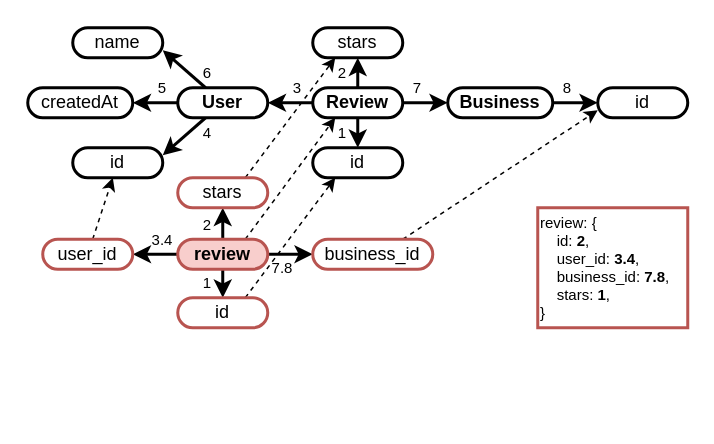
The draw.io diagram page "mapping" (4 of 12) of img/src/commentary.drawio in tuaki/phd-thesis, before the edit. Source tidied: cells renumbered, new cells numbered last; positions are measured from the earlier drawing's top-left corner, leaving out a move shared by most shapes. Both pictures are drawn from the tidied source at 150%, with x=0, y=0 at pixel (27, 27).
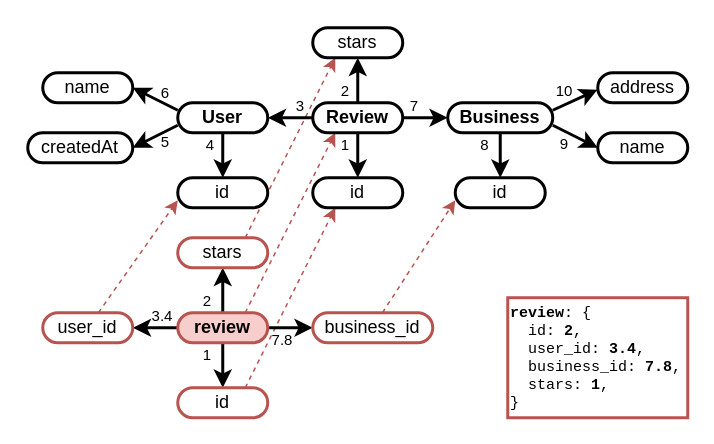
After the change.

The edit, as a diff of the source:
```diff
@@
-    <mxCell id="2" style="rounded=0;jettySize=auto;html=1;dashed=1;strokeWidth=1;entryX=0.25;entryY=1;entryDx=0;entryDy=0;exitX=0.75;exitY=0;exitDx=0;exitDy=0;" parent="1" edge="1" source="34" target="13">
+    <mxCell id="2" style="rounded=0;jettySize=auto;html=1;dashed=1;strokeWidth=1;entryX=0.25;entryY=1;entryDx=0;entryDy=0;exitX=0.75;exitY=0;exitDx=0;exitDy=0;fillColor=#f8cecc;strokeColor=#b85450;" parent="1" edge="1" source="34" target="13">
       <mxGeometry relative="1" as="geometry" />
     </mxCell>
-    <mxCell id="3" style="rounded=0;jettySize=auto;html=1;dashed=1;strokeWidth=1;exitX=0.75;exitY=0;exitDx=0;exitDy=0;entryX=0.25;entryY=1;entryDx=0;entryDy=0;" parent="1" edge="1" source="40" target="20">
+    <mxCell id="3" style="rounded=0;jettySize=auto;html=1;dashed=1;strokeWidth=1;exitX=0.75;exitY=0;exitDx=0;exitDy=0;entryX=0.25;entryY=1;entryDx=0;entryDy=0;fillColor=#f8cecc;strokeColor=#b85450;" parent="1" edge="1" source="40" target="54">
       <mxGeometry relative="1" as="geometry" />
     </mxCell>
-    <mxCell id="4" style="rounded=0;jettySize=auto;html=1;dashed=1;strokeWidth=1;entryX=0.25;entryY=1;entryDx=0;entryDy=0;exitX=0.75;exitY=0;exitDx=0;exitDy=0;" parent="1" edge="1" source="35" target="16">
-      <mxGeometry relative="1" as="geometry" />
-    </mxCell>
-    <mxCell id="5" style="rounded=0;jettySize=auto;html=1;strokeWidth=2;entryX=1;entryY=0.75;entryDx=0;entryDy=0;" parent="1" edge="1" source="8" target="18">
-      <mxGeometry relative="1" as="geometry" />
-    </mxCell>
-    <mxCell id="6" style="rounded=0;jettySize=auto;html=1;strokeWidth=2;" parent="1" edge="1" source="8" target="21">
-      <mxGeometry relative="1" as="geometry" />
-    </mxCell>
-    <mxCell id="7" style="rounded=0;jettySize=auto;html=1;strokeWidth=2;entryX=1;entryY=0.25;entryDx=0;entryDy=0;" parent="1" edge="1" source="8" target="19">
-      <mxGeometry relative="1" as="geometry" />
-    </mxCell>
-    <mxCell id="8" value="User" style="rounded=1;whiteSpace=wrap;html=1;strokeWidth=2;arcSize=50;fontSize=12;fontStyle=1;" parent="1" vertex="1">
-      <mxGeometry x="100" y="40" width="60" height="20" as="geometry" />
-    </mxCell>
-    <mxCell id="9" style="rounded=0;jettySize=auto;html=1;strokeWidth=2;" parent="1" edge="1" source="13" target="8">
-      <mxGeometry relative="1" as="geometry" />
-    </mxCell>
-    <mxCell id="10" style="rounded=0;jettySize=auto;html=1;strokeWidth=2;" parent="1" edge="1" source="13" target="15">
-      <mxGeometry relative="1" as="geometry" />
-    </mxCell>
-    <mxCell id="11" style="rounded=0;jettySize=auto;html=1;strokeWidth=2;" parent="1" edge="1" source="13" target="16">
-      <mxGeometry relative="1" as="geometry" />
-    </mxCell>
-    <mxCell id="12" style="rounded=0;jettySize=auto;html=1;strokeWidth=2;" parent="1" edge="1" source="13" target="20">
-      <mxGeometry relative="1" as="geometry" />
-    </mxCell>
-    <mxCell id="13" value="Review" style="rounded=1;whiteSpace=wrap;html=1;strokeWidth=2;arcSize=50;fontSize=12;fontStyle=1;" parent="1" vertex="1">
-      <mxGeometry x="190" y="40" width="60" height="20" as="geometry" />
-    </mxCell>
-    <mxCell id="14" style="rounded=0;jettySize=auto;html=1;strokeWidth=2;" parent="1" edge="1" source="15" target="17">
-      <mxGeometry relative="1" as="geometry" />
-    </mxCell>
-    <mxCell id="15" value="Business" style="rounded=1;whiteSpace=wrap;html=1;strokeWidth=2;arcSize=50;fontSize=12;fontStyle=1;" parent="1" vertex="1">
-      <mxGeometry x="280" y="40" width="70" height="20" as="geometry" />
-    </mxCell>
-    <mxCell id="16" value="stars" style="rounded=1;whiteSpace=wrap;html=1;strokeWidth=2;arcSize=50;fontSize=12;" parent="1" vertex="1">
-      <mxGeometry x="190" width="60" height="20" as="geometry" />
-    </mxCell>
-    <mxCell id="17" value="id" style="rounded=1;whiteSpace=wrap;html=1;strokeWidth=2;arcSize=50;fontSize=12;" parent="1" vertex="1">
-      <mxGeometry x="380" y="40" width="60" height="20" as="geometry" />
-    </mxCell>
-    <mxCell id="18" value="name" style="rounded=1;whiteSpace=wrap;html=1;strokeWidth=2;arcSize=50;fontSize=12;" parent="1" vertex="1">
-      <mxGeometry x="30" width="60" height="20" as="geometry" />
-    </mxCell>
-    <mxCell id="19" value="id" style="rounded=1;whiteSpace=wrap;html=1;strokeWidth=2;arcSize=50;fontSize=12;" parent="1" vertex="1">
-      <mxGeometry x="30" y="80" width="60" height="20" as="geometry" />
-    </mxCell>
-    <mxCell id="20" value="id" style="rounded=1;whiteSpace=wrap;html=1;strokeWidth=2;arcSize=50;fontSize=12;" parent="1" vertex="1">
-      <mxGeometry x="190" y="80" width="60" height="20" as="geometry" />
-    </mxCell>
-    <mxCell id="21" value="createdAt" style="rounded=1;whiteSpace=wrap;html=1;strokeWidth=2;arcSize=50;fontSize=12;" parent="1" vertex="1">
-      <mxGeometry y="40" width="70" height="20" as="geometry" />
-    </mxCell>
-    <mxCell id="22" value="&lt;p style=&quot;line-height: 100%;&quot;&gt;&lt;font style=&quot;font-size: 10px;&quot;&gt;2&lt;/font&gt;&lt;/p&gt;" style="text;html=1;align=center;verticalAlign=middle;whiteSpace=wrap;rounded=0;" parent="1" vertex="1">
-      <mxGeometry x="200" y="20" width="20" height="20" as="geometry" />
-    </mxCell>
-    <mxCell id="23" value="&lt;p style=&quot;line-height: 100%;&quot;&gt;&lt;font style=&quot;font-size: 10px;&quot;&gt;1&lt;/font&gt;&lt;/p&gt;" style="text;html=1;align=center;verticalAlign=middle;whiteSpace=wrap;rounded=0;" parent="1" vertex="1">
-      <mxGeometry x="200" y="60" width="20" height="20" as="geometry" />
-    </mxCell>
-    <mxCell id="24" value="&lt;p style=&quot;line-height: 100%;&quot;&gt;&lt;font style=&quot;font-size: 10px;&quot;&gt;3&lt;/font&gt;&lt;/p&gt;" style="text;html=1;align=center;verticalAlign=middle;whiteSpace=wrap;rounded=0;" parent="1" vertex="1">
-      <mxGeometry x="170" y="30" width="20" height="20" as="geometry" />
-    </mxCell>
-    <mxCell id="25" value="&lt;p style=&quot;line-height: 100%;&quot;&gt;&lt;font style=&quot;font-size: 10px;&quot;&gt;6&lt;/font&gt;&lt;/p&gt;" style="text;html=1;align=center;verticalAlign=middle;whiteSpace=wrap;rounded=0;" parent="1" vertex="1">
-      <mxGeometry x="110" y="20" width="20" height="20" as="geometry" />
-    </mxCell>
-    <mxCell id="26" value="&lt;p style=&quot;line-height: 100%;&quot;&gt;&lt;font style=&quot;font-size: 10px;&quot;&gt;5&lt;/font&gt;&lt;/p&gt;" style="text;html=1;align=center;verticalAlign=middle;whiteSpace=wrap;rounded=0;" parent="1" vertex="1">
-      <mxGeometry x="80" y="30" width="20" height="20" as="geometry" />
-    </mxCell>
-    <mxCell id="27" value="&lt;p style=&quot;line-height: 100%;&quot;&gt;&lt;font style=&quot;font-size: 10px;&quot;&gt;4&lt;/font&gt;&lt;/p&gt;" style="text;html=1;align=center;verticalAlign=middle;whiteSpace=wrap;rounded=0;" parent="1" vertex="1">
-      <mxGeometry x="110" y="60" width="20" height="20" as="geometry" />
-    </mxCell>
-    <mxCell id="28" value="&lt;p style=&quot;line-height: 100%;&quot;&gt;&lt;font style=&quot;font-size: 10px;&quot;&gt;7&lt;/font&gt;&lt;/p&gt;" style="text;html=1;align=center;verticalAlign=middle;whiteSpace=wrap;rounded=0;" parent="1" vertex="1">
-      <mxGeometry x="250" y="30" width="20" height="20" as="geometry" />
-    </mxCell>
-    <mxCell id="29" value="&lt;p style=&quot;line-height: 100%;&quot;&gt;&lt;font style=&quot;font-size: 10px;&quot;&gt;8&lt;/font&gt;&lt;/p&gt;" style="text;html=1;align=center;verticalAlign=middle;whiteSpace=wrap;rounded=0;" parent="1" vertex="1">
-      <mxGeometry x="350" y="30" width="20" height="20" as="geometry" />
-    </mxCell>
@@
     <mxCell id="34" value="review" style="rounded=1;whiteSpace=wrap;html=1;strokeWidth=2;arcSize=50;fontSize=12;fontStyle=1;fillColor=#f8cecc;strokeColor=#b85450;" parent="1" vertex="1">
-      <mxGeometry x="100" y="141" width="60" height="20" as="geometry" />
+      <mxGeometry x="100" y="190" width="60" height="20" as="geometry" />
     </mxCell>
     <mxCell id="35" value="stars" style="rounded=1;whiteSpace=wrap;html=1;strokeWidth=2;arcSize=50;fontSize=12;fillColor=default;strokeColor=#b85450;" parent="1" vertex="1">
-      <mxGeometry x="100" y="100" width="60" height="20" as="geometry" />
+      <mxGeometry x="100" y="140" width="60" height="20" as="geometry" />
     </mxCell>
-    <mxCell id="36" style="rounded=0;jettySize=auto;html=1;dashed=1;strokeWidth=1;entryX=0;entryY=0.75;entryDx=0;entryDy=0;exitX=0.75;exitY=0;exitDx=0;exitDy=0;" parent="1" edge="1" source="37" target="17">
+    <mxCell id="36" style="rounded=0;jettySize=auto;html=1;dashed=1;strokeWidth=1;entryX=0;entryY=0.75;entryDx=0;entryDy=0;fillColor=#f8cecc;strokeColor=#b85450;" parent="1" edge="1" source="37" target="51">
       <mxGeometry relative="1" as="geometry" />
     </mxCell>
     <mxCell id="37" value="business_id" style="rounded=1;whiteSpace=wrap;html=1;strokeWidth=2;arcSize=50;fontSize=12;fillColor=none;strokeColor=#b85450;" parent="1" vertex="1">
-      <mxGeometry x="190" y="141" width="80" height="20" as="geometry" />
+      <mxGeometry x="190" y="190" width="80" height="20" as="geometry" />
     </mxCell>
-    <mxCell id="38" style="rounded=0;jettySize=auto;html=1;dashed=1;strokeWidth=1;" parent="1" edge="1" source="39" target="19">
+    <mxCell id="38" style="rounded=0;jettySize=auto;html=1;dashed=1;strokeWidth=1;entryX=0;entryY=0.75;entryDx=0;entryDy=0;fillColor=#f8cecc;strokeColor=#b85450;" parent="1" edge="1" source="39" target="53">
       <mxGeometry relative="1" as="geometry" />
     </mxCell>
     <mxCell id="39" value="user_id" style="rounded=1;whiteSpace=wrap;html=1;strokeWidth=2;arcSize=50;fontSize=12;fillColor=none;strokeColor=#b85450;" parent="1" vertex="1">
-      <mxGeometry x="10" y="141" width="60" height="20" as="geometry" />
+      <mxGeometry x="10" y="190" width="60" height="20" as="geometry" />
     </mxCell>
     <mxCell id="40" value="id" style="rounded=1;whiteSpace=wrap;html=1;strokeWidth=2;arcSize=50;fontSize=12;fillColor=none;strokeColor=#b85450;" parent="1" vertex="1">
-      <mxGeometry x="100" y="180" width="60" height="20" as="geometry" />
+      <mxGeometry x="100" y="240" width="60" height="20" as="geometry" />
     </mxCell>
     <mxCell id="41" value="&lt;p style=&quot;line-height: 100%;&quot;&gt;&lt;font style=&quot;font-size: 10px;&quot;&gt;2&lt;/font&gt;&lt;/p&gt;" style="text;html=1;align=center;verticalAlign=middle;whiteSpace=wrap;rounded=0;" parent="1" vertex="1">
-      <mxGeometry x="110" y="121" width="20" height="20" as="geometry" />
+      <mxGeometry x="110" y="172" width="20" height="20" as="geometry" />
     </mxCell>
     <mxCell id="42" value="&lt;p style=&quot;line-height: 100%;&quot;&gt;&lt;font style=&quot;font-size: 10px;&quot;&gt;1&lt;/font&gt;&lt;/p&gt;" style="text;html=1;align=center;verticalAlign=middle;whiteSpace=wrap;rounded=0;" parent="1" vertex="1">
-      <mxGeometry x="110" y="160" width="20" height="20" as="geometry" />
+      <mxGeometry x="110" y="208" width="20" height="20" as="geometry" />
     </mxCell>
     <mxCell id="43" value="&lt;p style=&quot;line-height: 100%;&quot;&gt;&lt;font style=&quot;font-size: 10px;&quot;&gt;3.4&lt;/font&gt;&lt;/p&gt;" style="text;html=1;align=center;verticalAlign=middle;whiteSpace=wrap;rounded=0;" parent="1" vertex="1">
-      <mxGeometry x="80" y="131" width="20" height="20" as="geometry" />
+      <mxGeometry x="80" y="182" width="20" height="20" as="geometry" />
     </mxCell>
     <mxCell id="44" value="&lt;p style=&quot;line-height: 100%;&quot;&gt;&lt;font style=&quot;font-size: 10px;&quot;&gt;7.8&lt;/font&gt;&lt;/p&gt;" style="text;html=1;align=center;verticalAlign=middle;whiteSpace=wrap;rounded=0;" parent="1" vertex="1">
-      <mxGeometry x="160" y="150" width="20" height="20" as="geometry" />
+      <mxGeometry x="160" y="198" width="20" height="20" as="geometry" />
     </mxCell>
-    <mxCell id="45" value="review: {&lt;div&gt;&amp;nbsp; &amp;nbsp; id: &lt;b&gt;2&lt;/b&gt;,&lt;/div&gt;&lt;div&gt;&amp;nbsp; &amp;nbsp; user_id: &lt;b&gt;3.4&lt;/b&gt;,&lt;/div&gt;&lt;div&gt;&amp;nbsp; &amp;nbsp;&amp;nbsp;&lt;span style=&quot;background-color: transparent; color: light-dark(rgb(0, 0, 0), rgb(255, 255, 255));&quot;&gt;business_id: &lt;b&gt;7.8&lt;/b&gt;,&lt;/span&gt;&lt;/div&gt;&lt;div&gt;&amp;nbsp; &amp;nbsp; stars: &lt;b&gt;1&lt;/b&gt;,&lt;/div&gt;&lt;div&gt;&lt;div&gt;}&lt;/div&gt;&lt;/div&gt;" style="rounded=0;whiteSpace=wrap;html=1;fontSize=10;align=left;verticalAlign=middle;fillColor=none;strokeColor=#b85450;strokeWidth=2;" parent="1" vertex="1">
-      <mxGeometry x="340" y="120" width="100" height="80" as="geometry" />
+    <mxCell id="45" value="&lt;b&gt;review&lt;/b&gt;: {&lt;div&gt;&amp;nbsp; id: &lt;b&gt;2&lt;/b&gt;,&lt;/div&gt;&lt;div&gt;&amp;nbsp; user_id: &lt;b&gt;3.4&lt;/b&gt;,&lt;/div&gt;&lt;div&gt;&amp;nbsp; &lt;span style=&quot;background-color: transparent; color: light-dark(rgb(0, 0, 0), rgb(255, 255, 255));&quot;&gt;business_id: &lt;b&gt;7.8&lt;/b&gt;,&lt;/span&gt;&lt;/div&gt;&lt;div&gt;&amp;nbsp; stars: &lt;b&gt;1&lt;/b&gt;,&lt;/div&gt;&lt;div&gt;&lt;div&gt;}&lt;/div&gt;&lt;/div&gt;" style="rounded=0;whiteSpace=wrap;html=1;fontSize=10;align=left;verticalAlign=middle;fillColor=none;strokeColor=#b85450;strokeWidth=2;fontFamily=Courier New;" parent="1" vertex="1">
+      <mxGeometry x="320" y="180" width="120" height="80" as="geometry" />
     </mxCell>
+    <mxCell id="4" style="rounded=0;jettySize=auto;html=1;dashed=1;strokeWidth=1;entryX=0.25;entryY=1;entryDx=0;entryDy=0;exitX=0.75;exitY=0;exitDx=0;exitDy=0;fillColor=#f8cecc;strokeColor=#b85450;" parent="1" edge="1" source="35" target="16">
+      <mxGeometry relative="1" as="geometry" />
+    </mxCell>
+    <mxCell id="46" style="rounded=0;jettySize=auto;html=1;strokeWidth=2;entryX=1;entryY=0.5;entryDx=0;entryDy=0;exitX=0;exitY=0.25;exitDx=0;exitDy=0;" parent="1" edge="1" source="8" target="52">
+      <mxGeometry relative="1" as="geometry" />
+    </mxCell>
+    <mxCell id="6" style="rounded=0;jettySize=auto;html=1;strokeWidth=2;entryX=1;entryY=0.5;entryDx=0;entryDy=0;exitX=0;exitY=0.75;exitDx=0;exitDy=0;" parent="1" edge="1" source="8" target="21">
+      <mxGeometry relative="1" as="geometry" />
+    </mxCell>
+    <mxCell id="47" style="rounded=0;jettySize=auto;html=1;strokeWidth=2;" parent="1" edge="1" source="8" target="53">
+      <mxGeometry relative="1" as="geometry" />
+    </mxCell>
+    <mxCell id="8" value="User" style="rounded=1;whiteSpace=wrap;html=1;strokeWidth=2;arcSize=50;fontSize=12;fontStyle=1;" parent="1" vertex="1">
+      <mxGeometry x="100" y="50" width="60" height="20" as="geometry" />
+    </mxCell>
+    <mxCell id="9" style="rounded=0;jettySize=auto;html=1;strokeWidth=2;" parent="1" edge="1" source="13" target="8">
+      <mxGeometry relative="1" as="geometry" />
+    </mxCell>
+    <mxCell id="10" style="rounded=0;jettySize=auto;html=1;strokeWidth=2;" parent="1" edge="1" source="13" target="15">
+      <mxGeometry relative="1" as="geometry" />
+    </mxCell>
+    <mxCell id="11" style="rounded=0;jettySize=auto;html=1;strokeWidth=2;" parent="1" edge="1" source="13" target="16">
+      <mxGeometry relative="1" as="geometry" />
+    </mxCell>
+    <mxCell id="48" style="rounded=0;jettySize=auto;html=1;strokeWidth=2;" parent="1" edge="1" source="13" target="54">
+      <mxGeometry relative="1" as="geometry" />
+    </mxCell>
+    <mxCell id="13" value="Review" style="rounded=1;whiteSpace=wrap;html=1;strokeWidth=2;arcSize=50;fontSize=12;fontStyle=1;" parent="1" vertex="1">
+      <mxGeometry x="190" y="50" width="60" height="20" as="geometry" />
+    </mxCell>
+    <mxCell id="49" style="rounded=0;jettySize=auto;html=1;strokeWidth=2;" parent="1" edge="1" source="15" target="51">
+      <mxGeometry relative="1" as="geometry" />
+    </mxCell>
+    <mxCell id="50" style="rounded=0;jettySize=auto;html=1;strokeWidth=2;exitX=1;exitY=0.75;exitDx=0;exitDy=0;entryX=0;entryY=0.5;entryDx=0;entryDy=0;" parent="1" edge="1" source="15" target="55">
+      <mxGeometry relative="1" as="geometry" />
+    </mxCell>
+    <mxCell id="15" value="Business" style="rounded=1;whiteSpace=wrap;html=1;strokeWidth=2;arcSize=50;fontSize=12;fontStyle=1;" parent="1" vertex="1">
+      <mxGeometry x="280" y="50" width="70" height="20" as="geometry" />
+    </mxCell>
+    <mxCell id="16" value="stars" style="rounded=1;whiteSpace=wrap;html=1;strokeWidth=2;arcSize=50;fontSize=12;" parent="1" vertex="1">
+      <mxGeometry x="190" width="60" height="20" as="geometry" />
+    </mxCell>
+    <mxCell id="51" value="id" style="rounded=1;whiteSpace=wrap;html=1;strokeWidth=2;arcSize=50;fontSize=12;" parent="1" vertex="1">
+      <mxGeometry x="285" y="100" width="60" height="20" as="geometry" />
+    </mxCell>
+    <mxCell id="52" value="name" style="rounded=1;whiteSpace=wrap;html=1;strokeWidth=2;arcSize=50;fontSize=12;" parent="1" vertex="1">
+      <mxGeometry x="10" y="30" width="60" height="20" as="geometry" />
+    </mxCell>
+    <mxCell id="53" value="id" style="rounded=1;whiteSpace=wrap;html=1;strokeWidth=2;arcSize=50;fontSize=12;" parent="1" vertex="1">
+      <mxGeometry x="100" y="100" width="60" height="20" as="geometry" />
+    </mxCell>
+    <mxCell id="54" value="id" style="rounded=1;whiteSpace=wrap;html=1;strokeWidth=2;arcSize=50;fontSize=12;" parent="1" vertex="1">
+      <mxGeometry x="190" y="100" width="60" height="20" as="geometry" />
+    </mxCell>
+    <mxCell id="21" value="createdAt" style="rounded=1;whiteSpace=wrap;html=1;strokeWidth=2;arcSize=50;fontSize=12;" parent="1" vertex="1">
+      <mxGeometry y="70" width="70" height="20" as="geometry" />
+    </mxCell>
+    <mxCell id="22" value="&lt;p style=&quot;line-height: 100%;&quot;&gt;&lt;font style=&quot;font-size: 10px;&quot;&gt;2&lt;/font&gt;&lt;/p&gt;" style="text;html=1;align=center;verticalAlign=middle;whiteSpace=wrap;rounded=0;" parent="1" vertex="1">
+      <mxGeometry x="202" y="32" width="20" height="20" as="geometry" />
+    </mxCell>
+    <mxCell id="23" value="&lt;p style=&quot;line-height: 100%;&quot;&gt;&lt;font style=&quot;font-size: 10px;&quot;&gt;1&lt;/font&gt;&lt;/p&gt;" style="text;html=1;align=center;verticalAlign=middle;whiteSpace=wrap;rounded=0;" parent="1" vertex="1">
+      <mxGeometry x="202" y="68" width="20" height="20" as="geometry" />
+    </mxCell>
+    <mxCell id="24" value="&lt;p style=&quot;line-height: 100%;&quot;&gt;&lt;font style=&quot;font-size: 10px;&quot;&gt;3&lt;/font&gt;&lt;/p&gt;" style="text;html=1;align=center;verticalAlign=middle;whiteSpace=wrap;rounded=0;" parent="1" vertex="1">
+      <mxGeometry x="172" y="42" width="20" height="20" as="geometry" />
+    </mxCell>
+    <mxCell id="25" value="&lt;p style=&quot;line-height: 100%;&quot;&gt;&lt;font style=&quot;font-size: 10px;&quot;&gt;6&lt;/font&gt;&lt;/p&gt;" style="text;html=1;align=center;verticalAlign=middle;whiteSpace=wrap;rounded=0;" parent="1" vertex="1">
+      <mxGeometry x="82" y="33" width="20" height="20" as="geometry" />
+    </mxCell>
+    <mxCell id="26" value="&lt;p style=&quot;line-height: 100%;&quot;&gt;&lt;font style=&quot;font-size: 10px;&quot;&gt;5&lt;/font&gt;&lt;/p&gt;" style="text;html=1;align=center;verticalAlign=middle;whiteSpace=wrap;rounded=0;" parent="1" vertex="1">
+      <mxGeometry x="82" y="66" width="20" height="20" as="geometry" />
+    </mxCell>
+    <mxCell id="27" value="&lt;p style=&quot;line-height: 100%;&quot;&gt;&lt;font style=&quot;font-size: 10px;&quot;&gt;4&lt;/font&gt;&lt;/p&gt;" style="text;html=1;align=center;verticalAlign=middle;whiteSpace=wrap;rounded=0;" parent="1" vertex="1">
+      <mxGeometry x="112" y="68" width="20" height="20" as="geometry" />
+    </mxCell>
+    <mxCell id="28" value="&lt;p style=&quot;line-height: 100%;&quot;&gt;&lt;font style=&quot;font-size: 10px;&quot;&gt;7&lt;/font&gt;&lt;/p&gt;" style="text;html=1;align=center;verticalAlign=middle;whiteSpace=wrap;rounded=0;" parent="1" vertex="1">
+      <mxGeometry x="248" y="42" width="20" height="20" as="geometry" />
+    </mxCell>
+    <mxCell id="29" value="&lt;p style=&quot;line-height: 100%;&quot;&gt;&lt;font style=&quot;font-size: 10px;&quot;&gt;8&lt;/font&gt;&lt;/p&gt;" style="text;html=1;align=center;verticalAlign=middle;whiteSpace=wrap;rounded=0;" parent="1" vertex="1">
+      <mxGeometry x="295" y="68" width="20" height="20" as="geometry" />
+    </mxCell>
+    <mxCell id="55" value="name" style="rounded=1;whiteSpace=wrap;html=1;strokeWidth=2;arcSize=50;fontSize=12;" parent="1" vertex="1">
+      <mxGeometry x="380" y="70" width="60" height="20" as="geometry" />
+    </mxCell>
+    <mxCell id="56" value="&lt;p style=&quot;line-height: 100%;&quot;&gt;&lt;font style=&quot;font-size: 10px;&quot;&gt;9&lt;/font&gt;&lt;/p&gt;" style="text;html=1;align=center;verticalAlign=middle;whiteSpace=wrap;rounded=0;" parent="1" vertex="1">
+      <mxGeometry x="348" y="67" width="20" height="20" as="geometry" />
+    </mxCell>
+    <mxCell id="57" value="&lt;p style=&quot;line-height: 100%;&quot;&gt;&lt;font style=&quot;font-size: 10px;&quot;&gt;10&lt;/font&gt;&lt;/p&gt;" style="text;html=1;align=center;verticalAlign=middle;whiteSpace=wrap;rounded=0;" parent="1" vertex="1">
+      <mxGeometry x="348" y="32" width="20" height="20" as="geometry" />
+    </mxCell>
+    <mxCell id="58" value="address" style="rounded=1;whiteSpace=wrap;html=1;strokeWidth=2;arcSize=50;fontSize=12;" parent="1" vertex="1">
+      <mxGeometry x="380" y="30" width="60" height="20" as="geometry" />
+    </mxCell>
+    <mxCell id="59" style="rounded=0;jettySize=auto;html=1;strokeWidth=2;entryX=-0.003;entryY=0.565;entryDx=0;entryDy=0;entryPerimeter=0;exitX=1;exitY=0.25;exitDx=0;exitDy=0;" parent="1" edge="1" source="15" target="58">
+      <mxGeometry relative="1" as="geometry" />
+    </mxCell>
```
